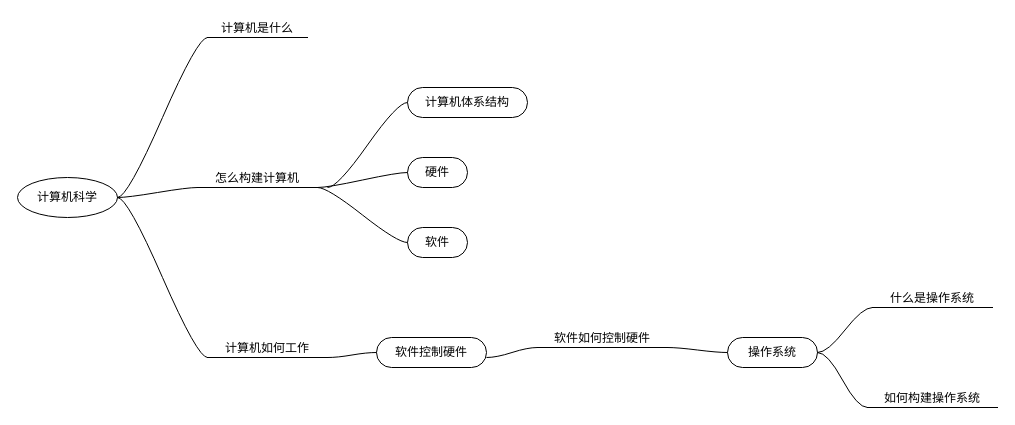
Before: page "computer_science" (1 of 7) of body_of_knowledge/computer.drawio in KelipuTe/personal-library, a draw.io diagram. Source tidied: cells renumbered, new cells numbered last; positions are measured from the earlier drawing's top-left corner, leaving out a move shared by most shapes. Both pictures are drawn from the tidied source at 100%, with x=0, y=0 at pixel (17, 17).
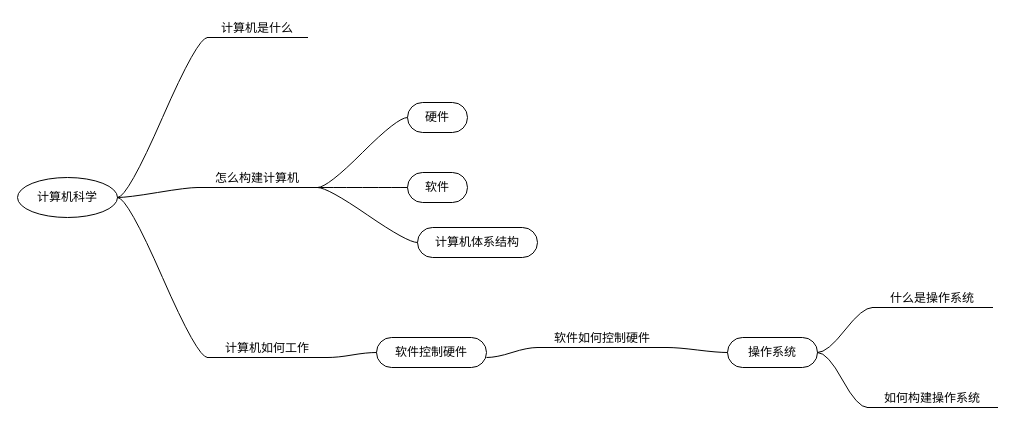
The same page after the edit.

Unchanged cells that the change refers to:
```xml
<mxCell id="7" value="怎么构建计算机" style="whiteSpace=wrap;html=1;shape=partialRectangle;top=0;left=0;bottom=1;right=0;points=[[0,1],[1,1]];fillColor=none;align=center;verticalAlign=bottom;routingCenterY=0.5;snapToPoint=1;newEdgeStyle={&quot;edgeStyle&quot;:&quot;entityRelationEdgeStyle&quot;,&quot;startArrow&quot;:&quot;none&quot;,&quot;endArrow&quot;:&quot;none&quot;,&quot;segment&quot;:10,&quot;curved&quot;:1};" parent="1" vertex="1">
  <mxGeometry x="180" y="150" width="120" height="20" as="geometry" />
</mxCell>
```

Diff of the diagram source:
```diff
@@
     <mxCell id="3" value="计算机体系结构" style="whiteSpace=wrap;html=1;rounded=1;arcSize=50;align=center;verticalAlign=middle;strokeWidth=1;spacing=4;newEdgeStyle={&quot;edgeStyle&quot;:&quot;entityRelationEdgeStyle&quot;,&quot;startArrow&quot;:&quot;none&quot;,&quot;endArrow&quot;:&quot;none&quot;,&quot;segment&quot;:10,&quot;curved&quot;:1};" parent="1" vertex="1">
-      <mxGeometry x="390" y="70" width="120" height="30" as="geometry" />
+      <mxGeometry x="400" y="210" width="120" height="30" as="geometry" />
     </mxCell>
-    <mxCell id="4" style="edgeStyle=entityRelationEdgeStyle;startArrow=none;endArrow=none;segment=10;curved=1;rounded=0;" parent="1" edge="1" target="3">
-      <mxGeometry relative="1" as="geometry">
-        <mxPoint x="310" y="170" as="sourcePoint" />
-      </mxGeometry>
+    <mxCell id="4" style="edgeStyle=entityRelationEdgeStyle;startArrow=none;endArrow=none;segment=10;curved=1;rounded=0;exitX=1;exitY=1;exitDx=0;exitDy=0;" parent="1" edge="1" source="7" target="3">
+      <mxGeometry relative="1" as="geometry" />
     </mxCell>
@@
     <mxCell id="11" value="硬件" style="whiteSpace=wrap;html=1;rounded=1;arcSize=50;align=center;verticalAlign=middle;strokeWidth=1;spacing=4;newEdgeStyle={&quot;edgeStyle&quot;:&quot;entityRelationEdgeStyle&quot;,&quot;startArrow&quot;:&quot;none&quot;,&quot;endArrow&quot;:&quot;none&quot;,&quot;segment&quot;:10,&quot;curved&quot;:1};" parent="1" vertex="1">
-      <mxGeometry x="390" y="140" width="60" height="30" as="geometry" />
+      <mxGeometry x="390" y="85" width="60" height="30" as="geometry" />
     </mxCell>
@@
     <mxCell id="13" value="软件" style="whiteSpace=wrap;html=1;rounded=1;arcSize=50;align=center;verticalAlign=middle;strokeWidth=1;spacing=4;newEdgeStyle={&quot;edgeStyle&quot;:&quot;entityRelationEdgeStyle&quot;,&quot;startArrow&quot;:&quot;none&quot;,&quot;endArrow&quot;:&quot;none&quot;,&quot;segment&quot;:10,&quot;curved&quot;:1};" parent="1" vertex="1">
-      <mxGeometry x="390" y="210" width="60" height="30" as="geometry" />
+      <mxGeometry x="390" y="155" width="60" height="30" as="geometry" />
     </mxCell>
```
